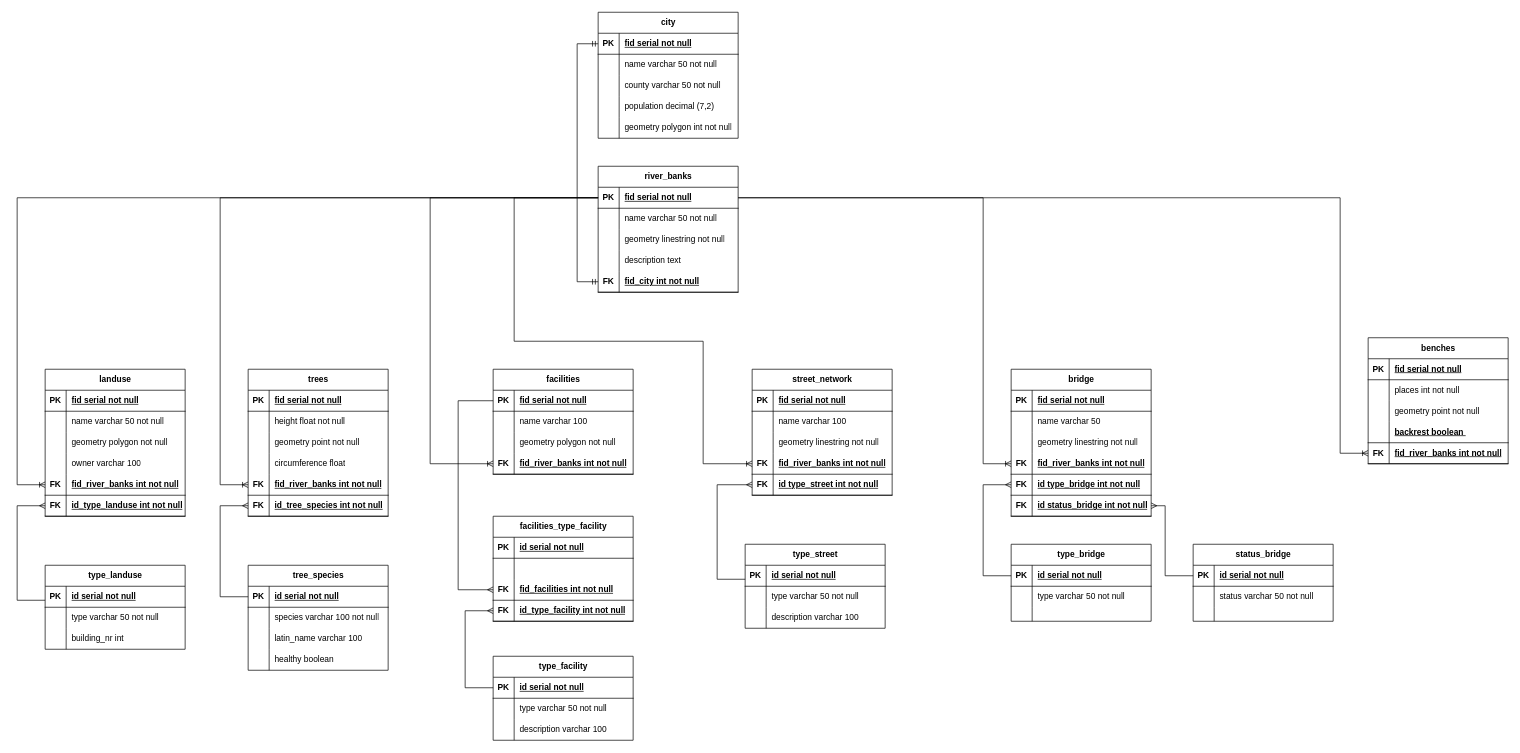
This is Conceptual.drawio from 2203-tania/exam_semII, a draw.io file, before an edit. Source tidied: cells renumbered, new cells numbered last; positions are measured from the earlier drawing's top-left corner, leaving out a move shared by most shapes. Both pictures are drawn from the tidied source at 70%, with x=0, y=0 at pixel (17, 12).
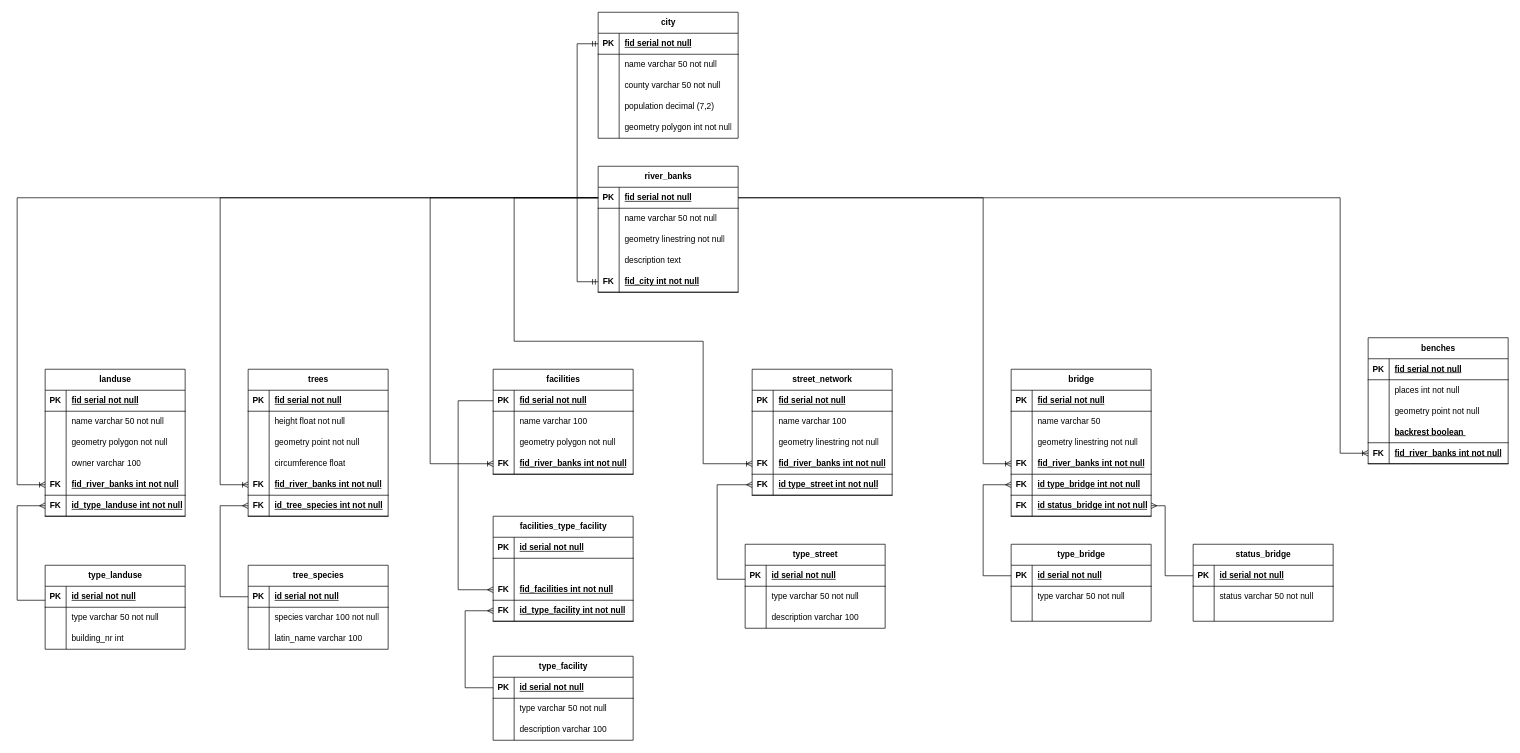
After the change.

What changed in the source:
```diff
@@
     <mxCell id="85" value="tree_species" style="shape=table;startSize=30;childLayout=tableLayout;rowLines=0;fontStyle=1;align=center;html=1;" parent="1" vertex="1">
-      <mxGeometry x="330" y="790" width="200" height="150" as="geometry" />
+      <mxGeometry x="330" y="790" width="200" height="120" as="geometry" />
     </mxCell>
@@
-    <mxCell id="95" style="shape=tableRow;horizontal=0;startSize=0;swimlaneHead=0;swimlaneBody=0;fillColor=none;top=0;left=0;right=0;bottom=0;" parent="85" vertex="1">
-      <mxGeometry y="120" width="200" height="30" as="geometry" />
-    </mxCell>
-    <mxCell id="96" style="shape=partialRectangle;fillColor=none;top=0;left=0;bottom=0;right=0;overflow=hidden;whiteSpace=wrap;html=1;" parent="95" vertex="1">
-      <mxGeometry width="30" height="30" as="geometry" />
-    </mxCell>
-    <mxCell id="97" value="healthy boolean" style="shape=partialRectangle;fillColor=none;top=0;left=0;bottom=0;right=0;align=left;spacingLeft=6;overflow=hidden;whiteSpace=wrap;html=1;" parent="95" vertex="1">
-      <mxGeometry x="30" width="170" height="30" as="geometry" />
-    </mxCell>
```
